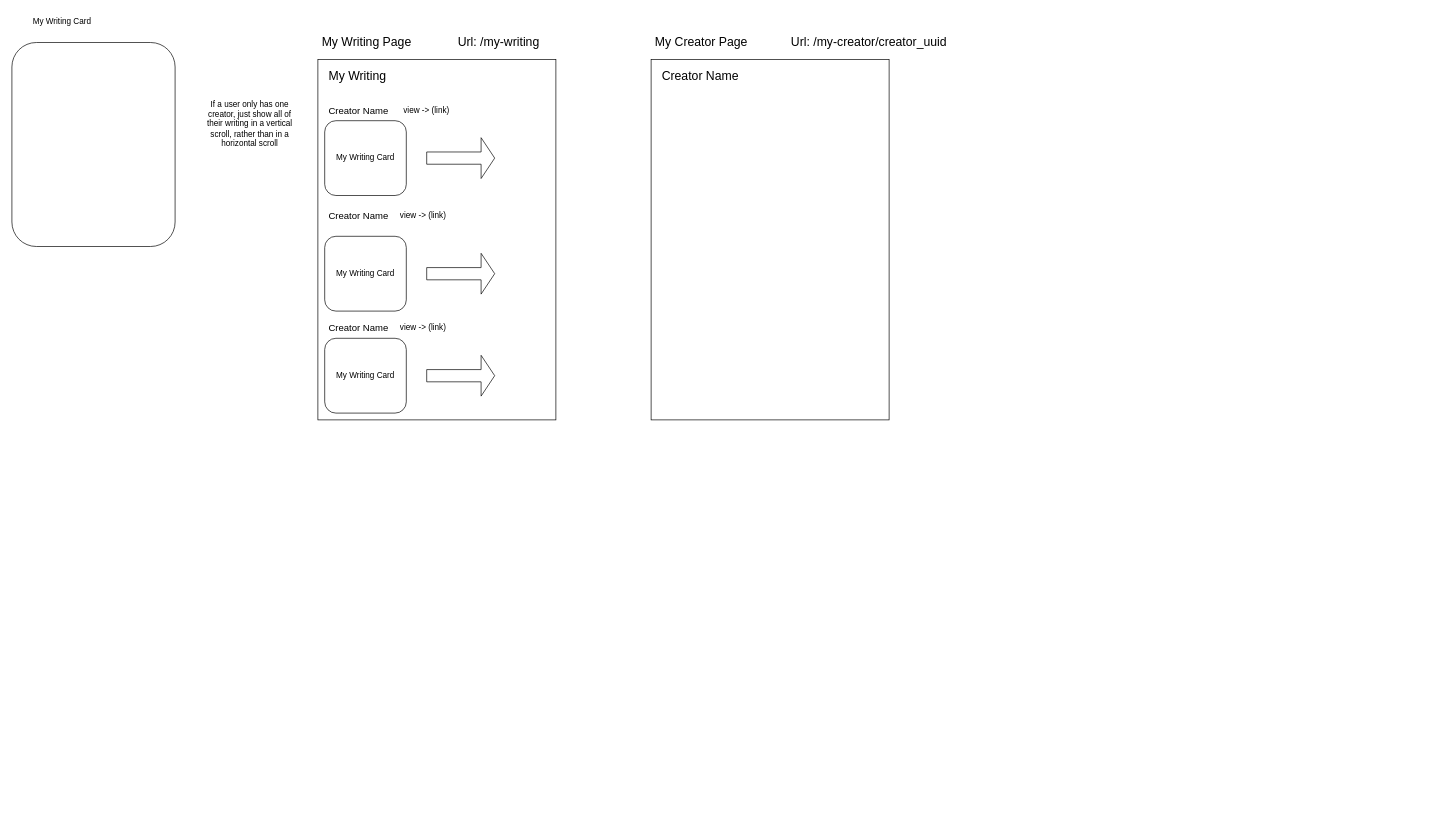
Matt-Eva/freecreate-go-server keeps this draw.io diagram as docs/mockups/my_media_page_mockup.drawio. Above is the earlier version. Source tidied: cells renumbered, new cells numbered last; positions are measured from the earlier drawing's top-left corner, leaving out a move shared by most shapes. Both pictures are drawn from the tidied source at 68%, with x=0, y=0 at pixel (12, 12).
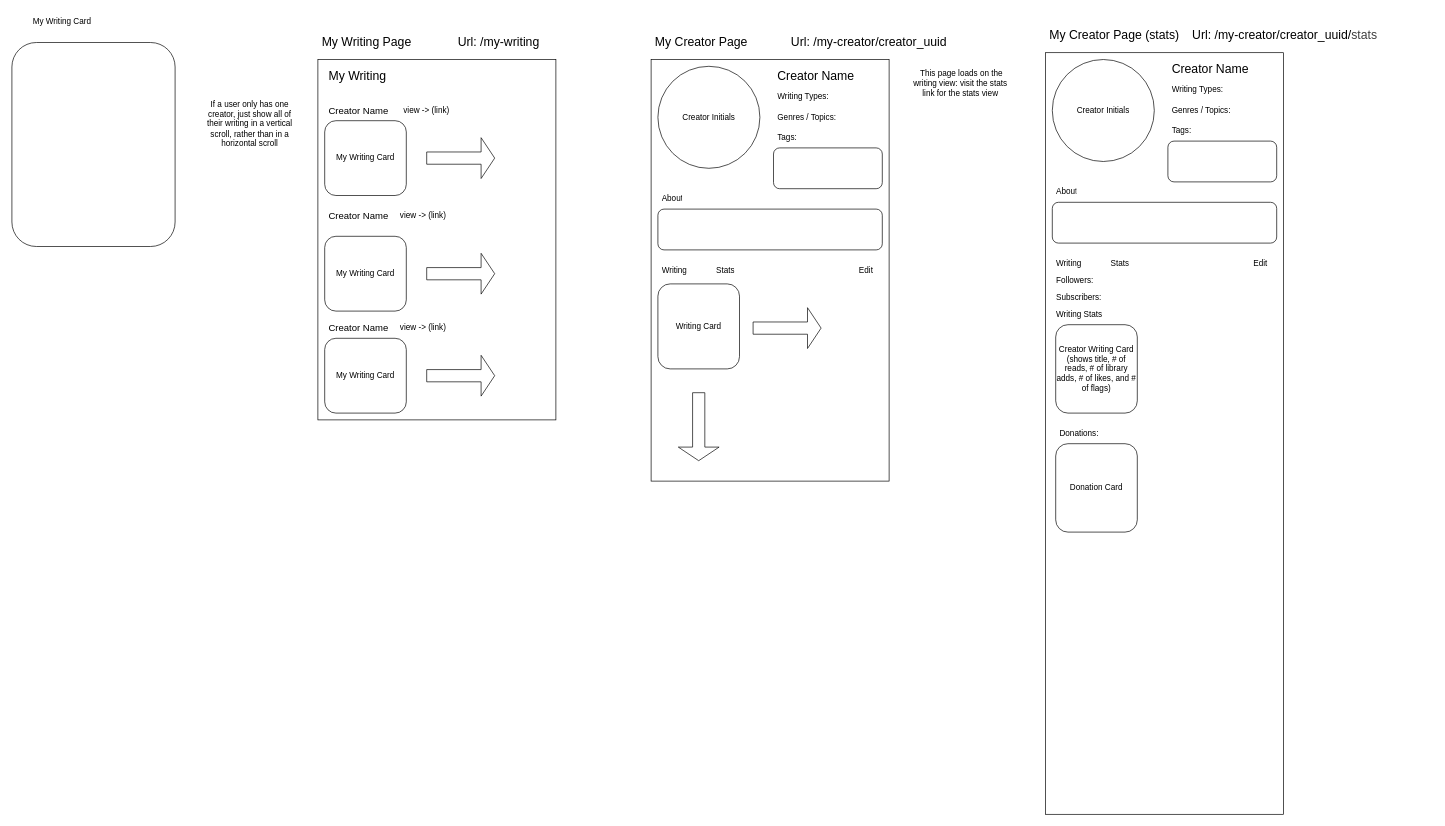
The same diagram, later.

Change to the diagram source:
```diff
@@
     <mxCell id="21" style="rounded=0;whiteSpace=wrap;html=1;" parent="1" vertex="1">
-      <mxGeometry x="940" y="70" width="350" height="530" as="geometry" />
+      <mxGeometry x="940" y="70" width="350" height="620" as="geometry" />
     </mxCell>
@@
     <mxCell id="24" value="&lt;font style=&quot;font-size: 18px;&quot;&gt;Creator Name&lt;/font&gt;" style="text;strokeColor=none;fillColor=none;align=left;verticalAlign=middle;spacingLeft=4;spacingRight=4;overflow=hidden;whiteSpace=wrap;html=1;" parent="1" vertex="1">
-      <mxGeometry x="950" y="80" width="150" height="30" as="geometry" />
+      <mxGeometry x="1120" y="80" width="150" height="30" as="geometry" />
     </mxCell>
+    <mxCell id="25" value="Creator Initials" style="ellipse;whiteSpace=wrap;html=1;" parent="1" vertex="1">
+      <mxGeometry x="950" y="80" width="150" height="150" as="geometry" />
+    </mxCell>
+    <mxCell id="26" value="Writing Types:&amp;nbsp;" style="text;strokeColor=none;fillColor=none;align=left;verticalAlign=middle;spacingLeft=4;spacingRight=4;overflow=hidden;whiteSpace=wrap;html=1;" parent="1" vertex="1">
+      <mxGeometry x="1120" y="110" width="90" height="30" as="geometry" />
+    </mxCell>
+    <mxCell id="27" value="Genres / Topics:&amp;nbsp;" style="text;strokeColor=none;fillColor=none;align=left;verticalAlign=middle;spacingLeft=4;spacingRight=4;overflow=hidden;whiteSpace=wrap;html=1;" parent="1" vertex="1">
+      <mxGeometry x="1120" y="140" width="110" height="30" as="geometry" />
+    </mxCell>
+    <mxCell id="28" style="rounded=1;whiteSpace=wrap;html=1;" parent="1" vertex="1">
+      <mxGeometry x="1120" y="200" width="160" height="60" as="geometry" />
+    </mxCell>
+    <mxCell id="29" value="Tags:" style="text;strokeColor=none;fillColor=none;align=left;verticalAlign=middle;spacingLeft=4;spacingRight=4;overflow=hidden;whiteSpace=wrap;html=1;" parent="1" vertex="1">
+      <mxGeometry x="1120" y="170" width="80" height="30" as="geometry" />
+    </mxCell>
+    <mxCell id="30" value="Writing" style="text;strokeColor=none;fillColor=none;align=left;verticalAlign=middle;spacingLeft=4;spacingRight=4;overflow=hidden;whiteSpace=wrap;html=1;" parent="1" vertex="1">
+      <mxGeometry x="950" y="365" width="80" height="30" as="geometry" />
+    </mxCell>
+    <mxCell id="31" value="Stats" style="text;strokeColor=none;fillColor=none;align=left;verticalAlign=middle;spacingLeft=4;spacingRight=4;overflow=hidden;whiteSpace=wrap;html=1;" parent="1" vertex="1">
+      <mxGeometry x="1030" y="365" width="80" height="30" as="geometry" />
+    </mxCell>
+    <mxCell id="32" value="Writing Card" style="rounded=1;whiteSpace=wrap;html=1;" parent="1" vertex="1">
+      <mxGeometry x="950" y="400" width="120" height="125" as="geometry" />
+    </mxCell>
+    <mxCell id="33" value="About" style="text;strokeColor=none;fillColor=none;align=left;verticalAlign=middle;spacingLeft=4;spacingRight=4;overflow=hidden;whiteSpace=wrap;html=1;" parent="1" vertex="1">
+      <mxGeometry x="950" y="260" width="40" height="30" as="geometry" />
+    </mxCell>
+    <mxCell id="34" style="rounded=1;whiteSpace=wrap;html=1;" parent="1" vertex="1">
+      <mxGeometry x="950" y="290" width="330" height="60" as="geometry" />
+    </mxCell>
+    <mxCell id="35" value="Edit" style="text;strokeColor=none;fillColor=none;align=left;verticalAlign=middle;spacingLeft=4;spacingRight=4;overflow=hidden;whiteSpace=wrap;html=1;" parent="1" vertex="1">
+      <mxGeometry x="1240" y="365" width="40" height="30" as="geometry" />
+    </mxCell>
+    <mxCell id="36" style="shape=singleArrow;whiteSpace=wrap;html=1;" parent="1" vertex="1">
+      <mxGeometry x="1090" y="435" width="100" height="60" as="geometry" />
+    </mxCell>
+    <mxCell id="37" style="shape=singleArrow;direction=south;whiteSpace=wrap;html=1;" parent="1" vertex="1">
+      <mxGeometry x="980" y="560" width="60" height="100" as="geometry" />
+    </mxCell>
+    <mxCell id="38" value="&amp;nbsp;This page loads on the writing view: visit the stats link for the stats view" style="text;html=1;align=center;verticalAlign=middle;whiteSpace=wrap;rounded=0;" parent="1" vertex="1">
+      <mxGeometry x="1320" y="90" width="150" height="30" as="geometry" />
+    </mxCell>
+    <mxCell id="39" style="rounded=0;whiteSpace=wrap;html=1;" parent="1" vertex="1">
+      <mxGeometry x="1520" y="60" width="350" height="1120" as="geometry" />
+    </mxCell>
+    <mxCell id="40" value="&lt;font style=&quot;font-size: 18px;&quot;&gt;My Creator Page (stats)&lt;/font&gt;" style="text;strokeColor=none;fillColor=none;align=left;verticalAlign=middle;spacingLeft=4;spacingRight=4;overflow=hidden;whiteSpace=wrap;html=1;" parent="1" vertex="1">
+      <mxGeometry x="1520" y="20" width="230" height="30" as="geometry" />
+    </mxCell>
+    <mxCell id="41" value="&lt;font style=&quot;font-size: 18px;&quot;&gt;Creator Name&lt;/font&gt;" style="text;strokeColor=none;fillColor=none;align=left;verticalAlign=middle;spacingLeft=4;spacingRight=4;overflow=hidden;whiteSpace=wrap;html=1;" parent="1" vertex="1">
+      <mxGeometry x="1700" y="70" width="150" height="30" as="geometry" />
+    </mxCell>
+    <mxCell id="42" value="Creator Initials" style="ellipse;whiteSpace=wrap;html=1;" parent="1" vertex="1">
+      <mxGeometry x="1530" y="70" width="150" height="150" as="geometry" />
+    </mxCell>
+    <mxCell id="43" value="Writing Types:&amp;nbsp;" style="text;strokeColor=none;fillColor=none;align=left;verticalAlign=middle;spacingLeft=4;spacingRight=4;overflow=hidden;whiteSpace=wrap;html=1;" parent="1" vertex="1">
+      <mxGeometry x="1700" y="100" width="90" height="30" as="geometry" />
+    </mxCell>
+    <mxCell id="44" value="Genres / Topics:&amp;nbsp;" style="text;strokeColor=none;fillColor=none;align=left;verticalAlign=middle;spacingLeft=4;spacingRight=4;overflow=hidden;whiteSpace=wrap;html=1;" parent="1" vertex="1">
+      <mxGeometry x="1700" y="130" width="110" height="30" as="geometry" />
+    </mxCell>
+    <mxCell id="45" style="rounded=1;whiteSpace=wrap;html=1;" parent="1" vertex="1">
+      <mxGeometry x="1700" y="190" width="160" height="60" as="geometry" />
+    </mxCell>
+    <mxCell id="46" value="Tags:" style="text;strokeColor=none;fillColor=none;align=left;verticalAlign=middle;spacingLeft=4;spacingRight=4;overflow=hidden;whiteSpace=wrap;html=1;" parent="1" vertex="1">
+      <mxGeometry x="1700" y="160" width="80" height="30" as="geometry" />
+    </mxCell>
+    <mxCell id="47" value="Writing" style="text;strokeColor=none;fillColor=none;align=left;verticalAlign=middle;spacingLeft=4;spacingRight=4;overflow=hidden;whiteSpace=wrap;html=1;" parent="1" vertex="1">
+      <mxGeometry x="1530" y="355" width="80" height="30" as="geometry" />
+    </mxCell>
+    <mxCell id="48" value="Stats" style="text;strokeColor=none;fillColor=none;align=left;verticalAlign=middle;spacingLeft=4;spacingRight=4;overflow=hidden;whiteSpace=wrap;html=1;" parent="1" vertex="1">
+      <mxGeometry x="1610" y="355" width="80" height="30" as="geometry" />
+    </mxCell>
+    <mxCell id="49" value="About" style="text;strokeColor=none;fillColor=none;align=left;verticalAlign=middle;spacingLeft=4;spacingRight=4;overflow=hidden;whiteSpace=wrap;html=1;" parent="1" vertex="1">
+      <mxGeometry x="1530" y="250" width="40" height="30" as="geometry" />
+    </mxCell>
+    <mxCell id="50" style="rounded=1;whiteSpace=wrap;html=1;" parent="1" vertex="1">
+      <mxGeometry x="1530" y="280" width="330" height="60" as="geometry" />
+    </mxCell>
+    <mxCell id="51" value="Edit" style="text;strokeColor=none;fillColor=none;align=left;verticalAlign=middle;spacingLeft=4;spacingRight=4;overflow=hidden;whiteSpace=wrap;html=1;" parent="1" vertex="1">
+      <mxGeometry x="1820" y="355" width="40" height="30" as="geometry" />
+    </mxCell>
+    <mxCell id="52" value="&lt;font style=&quot;font-size: 18px;&quot;&gt;Url: /my-creator/creator_uuid/&lt;/font&gt;&lt;span style=&quot;color: rgb(63, 63, 63); font-size: 18px;&quot;&gt;stats&lt;/span&gt;" style="text;strokeColor=none;fillColor=none;align=left;verticalAlign=middle;spacingLeft=4;spacingRight=4;overflow=hidden;whiteSpace=wrap;html=1;" parent="1" vertex="1">
+      <mxGeometry x="1730" y="20" width="360" height="30" as="geometry" />
+    </mxCell>
+    <mxCell id="53" value="Followers:" style="text;strokeColor=none;fillColor=none;align=left;verticalAlign=middle;spacingLeft=4;spacingRight=4;overflow=hidden;whiteSpace=wrap;html=1;" parent="1" vertex="1">
+      <mxGeometry x="1530" y="380" width="80" height="30" as="geometry" />
+    </mxCell>
+    <mxCell id="54" value="Subscribers:" style="text;strokeColor=none;fillColor=none;align=left;verticalAlign=middle;spacingLeft=4;spacingRight=4;overflow=hidden;whiteSpace=wrap;html=1;" parent="1" vertex="1">
+      <mxGeometry x="1530" y="405" width="100" height="30" as="geometry" />
+    </mxCell>
+    <mxCell id="55" value="Writing Stats" style="text;strokeColor=none;fillColor=none;align=left;verticalAlign=middle;spacingLeft=4;spacingRight=4;overflow=hidden;whiteSpace=wrap;html=1;" parent="1" vertex="1">
+      <mxGeometry x="1530" y="430" width="80" height="30" as="geometry" />
+    </mxCell>
+    <mxCell id="56" value="Donations:" style="text;strokeColor=none;fillColor=none;align=left;verticalAlign=middle;spacingLeft=4;spacingRight=4;overflow=hidden;whiteSpace=wrap;html=1;" parent="1" vertex="1">
+      <mxGeometry x="1535" y="605" width="80" height="30" as="geometry" />
+    </mxCell>
+    <mxCell id="57" value="Donation Card" style="rounded=1;whiteSpace=wrap;html=1;" parent="1" vertex="1">
+      <mxGeometry x="1535" y="635" width="120" height="130" as="geometry" />
+    </mxCell>
+    <mxCell id="58" value="Creator Writing Card (shows title, # of reads, # of library adds, # of likes, and # of flags)" style="rounded=1;whiteSpace=wrap;html=1;" parent="1" vertex="1">
+      <mxGeometry x="1535" y="460" width="120" height="130" as="geometry" />
+    </mxCell>
```
